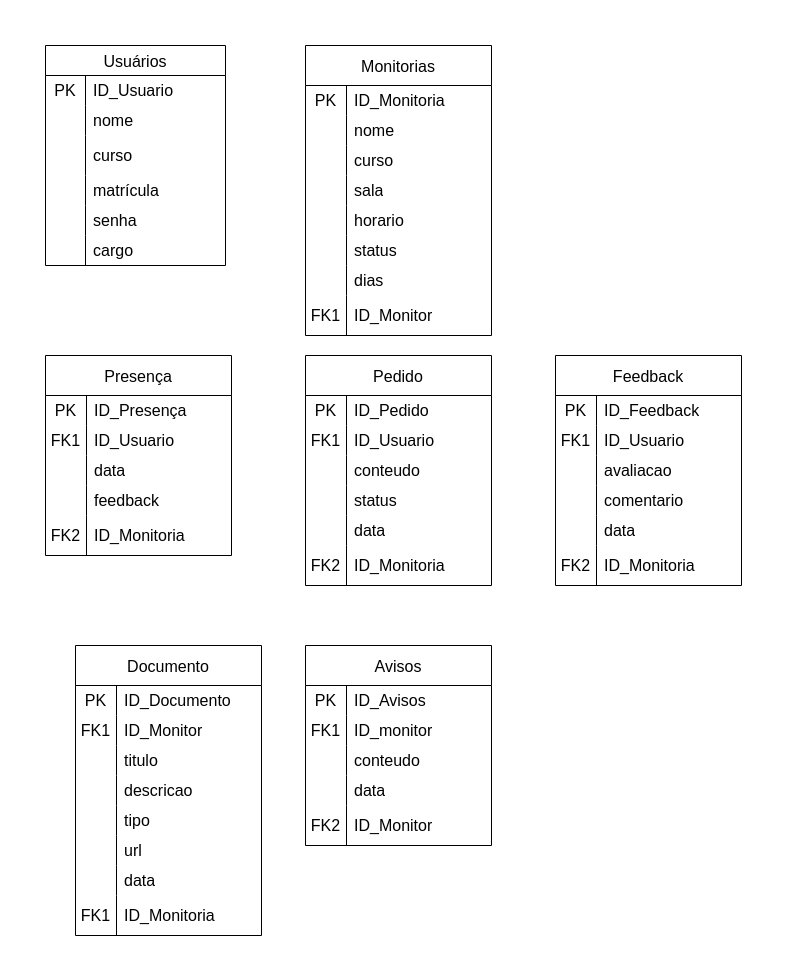
Above: Monitorrei.drawio in Arthurbart/MoniTorrei (draw.io), before the change. Source tidied: cells renumbered, new cells numbered last; positions are measured from the earlier drawing's top-left corner, leaving out a move shared by most shapes. Both pictures are drawn from the tidied source at 100%, with x=0, y=0 at pixel (45, 45).
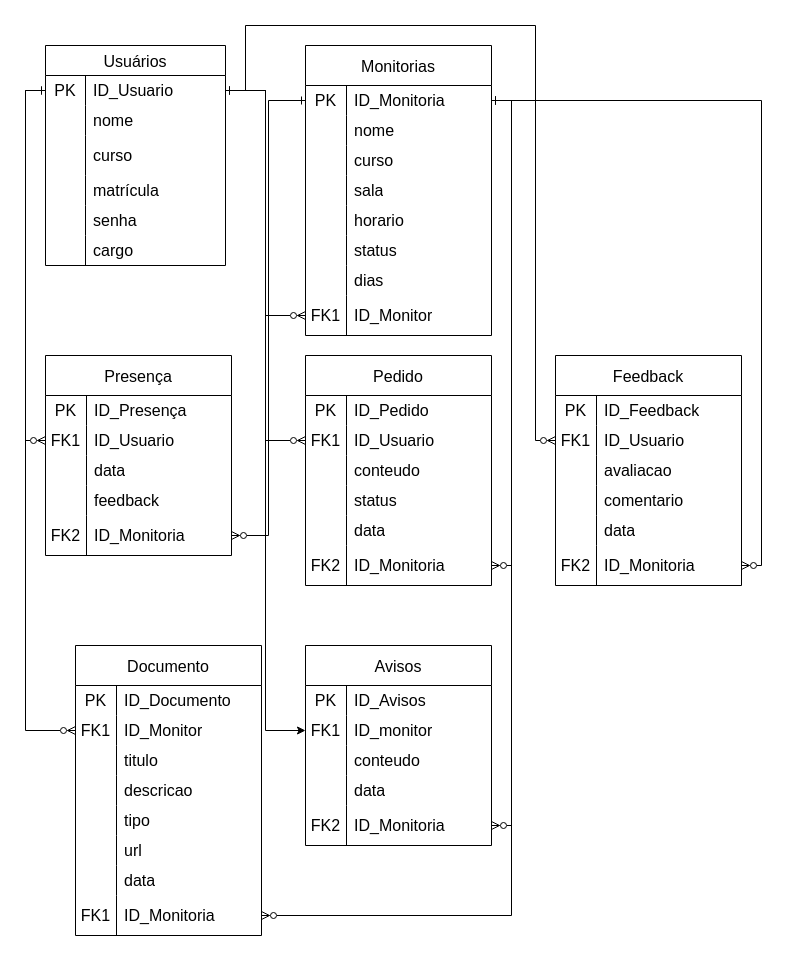
Above is the later version.

The change refers to these unchanged cells:
```xml
<mxCell id="3" style="shape=tableRow;horizontal=0;startSize=0;swimlaneHead=0;swimlaneBody=0;top=0;left=0;bottom=0;right=0;fillColor=none;points=[[0,0.5],[1,0.5]];portConstraint=eastwest;strokeColor=inherit;fontSize=16;" parent="2" vertex="1">
  <mxGeometry y="30" width="180" height="30" as="geometry" />
</mxCell>
<mxCell id="22" style="shape=tableRow;horizontal=0;startSize=0;swimlaneHead=0;swimlaneBody=0;top=0;left=0;bottom=0;right=0;fillColor=none;points=[[0,0.5],[1,0.5]];portConstraint=eastwest;strokeColor=inherit;fontSize=16;" parent="21" vertex="1">
  <mxGeometry y="40" width="186" height="30" as="geometry" />
</mxCell>
<mxCell id="43" style="shape=tableRow;horizontal=0;startSize=0;swimlaneHead=0;swimlaneBody=0;top=0;left=0;bottom=0;right=0;fillColor=none;points=[[0,0.5],[1,0.5]];portConstraint=eastwest;strokeColor=inherit;fontSize=16;" parent="21" vertex="1">
  <mxGeometry y="250" width="186" height="40" as="geometry" />
</mxCell>
<mxCell id="50" style="shape=tableRow;horizontal=0;startSize=0;swimlaneHead=0;swimlaneBody=0;top=0;left=0;bottom=0;right=0;fillColor=none;points=[[0,0.5],[1,0.5]];portConstraint=eastwest;strokeColor=inherit;fontSize=16;" parent="46" vertex="1">
  <mxGeometry y="70" width="186" height="30" as="geometry" />
</mxCell>
<mxCell id="68" style="shape=tableRow;horizontal=0;startSize=0;swimlaneHead=0;swimlaneBody=0;top=0;left=0;bottom=0;right=0;fillColor=none;points=[[0,0.5],[1,0.5]];portConstraint=eastwest;strokeColor=inherit;fontSize=16;" parent="46" vertex="1">
  <mxGeometry y="250" width="186" height="40" as="geometry" />
</mxCell>
<mxCell id="75" style="shape=tableRow;horizontal=0;startSize=0;swimlaneHead=0;swimlaneBody=0;top=0;left=0;bottom=0;right=0;fillColor=none;points=[[0,0.5],[1,0.5]];portConstraint=eastwest;strokeColor=inherit;fontSize=16;" parent="71" vertex="1">
  <mxGeometry y="70" width="186" height="30" as="geometry" />
</mxCell>
<mxCell id="87" style="shape=tableRow;horizontal=0;startSize=0;swimlaneHead=0;swimlaneBody=0;top=0;left=0;bottom=0;right=0;fillColor=none;points=[[0,0.5],[1,0.5]];portConstraint=eastwest;strokeColor=inherit;fontSize=16;" parent="71" vertex="1">
  <mxGeometry y="190" width="186" height="40" as="geometry" />
</mxCell>
<mxCell id="94" style="shape=tableRow;horizontal=0;startSize=0;swimlaneHead=0;swimlaneBody=0;top=0;left=0;bottom=0;right=0;fillColor=none;points=[[0,0.5],[1,0.5]];portConstraint=eastwest;strokeColor=inherit;fontSize=16;" parent="90" vertex="1">
  <mxGeometry y="70" width="186" height="30" as="geometry" />
</mxCell>
<mxCell id="103" style="shape=tableRow;horizontal=0;startSize=0;swimlaneHead=0;swimlaneBody=0;top=0;left=0;bottom=0;right=0;fillColor=none;points=[[0,0.5],[1,0.5]];portConstraint=eastwest;strokeColor=inherit;fontSize=16;" parent="90" vertex="1">
  <mxGeometry y="160" width="186" height="40" as="geometry" />
</mxCell>
<mxCell id="110" style="shape=tableRow;horizontal=0;startSize=0;swimlaneHead=0;swimlaneBody=0;top=0;left=0;bottom=0;right=0;fillColor=none;points=[[0,0.5],[1,0.5]];portConstraint=eastwest;strokeColor=inherit;fontSize=16;" parent="106" vertex="1">
  <mxGeometry y="70" width="186" height="30" as="geometry" />
</mxCell>
<mxCell id="119" style="shape=tableRow;horizontal=0;startSize=0;swimlaneHead=0;swimlaneBody=0;top=0;left=0;bottom=0;right=0;fillColor=none;points=[[0,0.5],[1,0.5]];portConstraint=eastwest;strokeColor=inherit;fontSize=16;" parent="106" vertex="1">
  <mxGeometry y="160" width="186" height="40" as="geometry" />
</mxCell>
<mxCell id="126" style="shape=tableRow;horizontal=0;startSize=0;swimlaneHead=0;swimlaneBody=0;top=0;left=0;bottom=0;right=0;fillColor=none;points=[[0,0.5],[1,0.5]];portConstraint=eastwest;strokeColor=inherit;fontSize=16;" parent="122" vertex="1">
  <mxGeometry y="70" width="186" height="30" as="geometry" />
</mxCell>
<mxCell id="138" style="shape=tableRow;horizontal=0;startSize=0;swimlaneHead=0;swimlaneBody=0;top=0;left=0;bottom=0;right=0;fillColor=none;points=[[0,0.5],[1,0.5]];portConstraint=eastwest;strokeColor=inherit;fontSize=16;" parent="122" vertex="1">
  <mxGeometry y="190" width="186" height="40" as="geometry" />
</mxCell>
```

Change to the diagram source:
```diff
@@
-    <mxCell id="121" value="ID_Monitor" style="shape=partialRectangle;html=1;whiteSpace=wrap;fillColor=none;top=0;left=0;bottom=0;right=0;align=left;spacingLeft=6;overflow=hidden;strokeColor=inherit;fontSize=16;" parent="119" vertex="1">
+    <mxCell id="121" value="ID_Monitoria" style="shape=partialRectangle;html=1;whiteSpace=wrap;fillColor=none;top=0;left=0;bottom=0;right=0;align=left;spacingLeft=6;overflow=hidden;strokeColor=inherit;fontSize=16;" parent="119" vertex="1">
       <mxGeometry x="41" width="145" height="40" as="geometry" />
     </mxCell>
@@
+    <mxCell id="141" style="edgeStyle=orthogonalEdgeStyle;rounded=0;jettySize=auto;html=1;exitX=0;exitY=0.5;exitDx=0;exitDy=0;entryX=1;entryY=0.5;entryDx=0;entryDy=0;endArrow=ERone;endFill=0;startArrow=ERzeroToMany;startFill=0;" parent="1" edge="1" source="43" target="3">
+      <mxGeometry relative="1" as="geometry" />
+    </mxCell>
+    <mxCell id="142" style="edgeStyle=orthogonalEdgeStyle;rounded=0;jettySize=auto;html=1;exitX=1;exitY=0.5;exitDx=0;exitDy=0;entryX=1;entryY=0.5;entryDx=0;entryDy=0;startArrow=ERone;startFill=0;endArrow=ERzeroToMany;endFill=0;" parent="1" edge="1" source="22" target="87">
+      <mxGeometry relative="1" as="geometry" />
+    </mxCell>
+    <mxCell id="143" style="edgeStyle=orthogonalEdgeStyle;rounded=0;jettySize=auto;html=1;exitX=1;exitY=0.5;exitDx=0;exitDy=0;entryX=1;entryY=0.5;entryDx=0;entryDy=0;startArrow=ERone;startFill=0;endArrow=ERzeroToMany;endFill=0;" parent="1" edge="1" source="22" target="138">
+      <mxGeometry relative="1" as="geometry" />
+    </mxCell>
+    <mxCell id="144" style="edgeStyle=orthogonalEdgeStyle;rounded=0;jettySize=auto;html=1;exitX=1;exitY=0.5;exitDx=0;exitDy=0;entryX=1;entryY=0.5;entryDx=0;entryDy=0;startArrow=ERone;startFill=0;endArrow=ERzeroToMany;endFill=0;" parent="1" edge="1" source="22" target="119">
+      <mxGeometry relative="1" as="geometry" />
+    </mxCell>
+    <mxCell id="145" style="edgeStyle=orthogonalEdgeStyle;rounded=0;jettySize=auto;html=1;exitX=1;exitY=0.5;exitDx=0;exitDy=0;entryX=1;entryY=0.5;entryDx=0;entryDy=0;endArrow=ERzeroToMany;endFill=0;startArrow=ERone;startFill=0;" parent="1" edge="1" source="22" target="68">
+      <mxGeometry relative="1" as="geometry" />
+    </mxCell>
+    <mxCell id="146" style="edgeStyle=orthogonalEdgeStyle;rounded=0;jettySize=auto;html=1;exitX=0;exitY=0.5;exitDx=0;exitDy=0;entryX=1;entryY=0.5;entryDx=0;entryDy=0;startArrow=ERone;startFill=0;endArrow=ERzeroToMany;endFill=0;" parent="1" edge="1" source="22" target="103">
+      <mxGeometry relative="1" as="geometry" />
+    </mxCell>
+    <mxCell id="147" style="edgeStyle=orthogonalEdgeStyle;rounded=0;jettySize=auto;html=1;exitX=0;exitY=0.5;exitDx=0;exitDy=0;startArrow=ERone;startFill=0;endArrow=ERzeroToMany;endFill=0;" parent="1" edge="1" source="3" target="94">
+      <mxGeometry relative="1" as="geometry" />
+    </mxCell>
+    <mxCell id="148" style="edgeStyle=orthogonalEdgeStyle;rounded=0;jettySize=auto;html=1;exitX=0;exitY=0.5;exitDx=0;exitDy=0;entryX=0;entryY=0.5;entryDx=0;entryDy=0;startArrow=ERone;startFill=0;endArrow=ERzeroToMany;endFill=0;" parent="1" edge="1" source="3" target="50">
+      <mxGeometry relative="1" as="geometry" />
+    </mxCell>
+    <mxCell id="149" style="edgeStyle=orthogonalEdgeStyle;rounded=0;jettySize=auto;html=1;exitX=1;exitY=0.5;exitDx=0;exitDy=0;entryX=0;entryY=0.5;entryDx=0;entryDy=0;" parent="1" edge="1" source="3" target="110">
+      <mxGeometry relative="1" as="geometry" />
+    </mxCell>
+    <mxCell id="150" style="edgeStyle=orthogonalEdgeStyle;rounded=0;jettySize=auto;html=1;exitX=1;exitY=0.5;exitDx=0;exitDy=0;startArrow=ERone;startFill=0;endArrow=ERzeroToMany;endFill=0;" parent="1" edge="1" source="3" target="126">
+      <mxGeometry relative="1" as="geometry" />
+    </mxCell>
+    <mxCell id="151" style="edgeStyle=orthogonalEdgeStyle;rounded=0;jettySize=auto;html=1;exitX=1;exitY=0.5;exitDx=0;exitDy=0;entryX=0;entryY=0.5;entryDx=0;entryDy=0;startArrow=ERone;startFill=0;endArrow=ERzeroToMany;endFill=0;" parent="1" edge="1" source="3" target="75">
+      <mxGeometry relative="1" as="geometry">
+        <Array as="points">
+          <mxPoint x="200" y="45" />
+          <mxPoint x="200" y="-20" />
+          <mxPoint x="490" y="-20" />
+          <mxPoint x="490" y="395" />
+        </Array>
+      </mxGeometry>
+    </mxCell>
```
